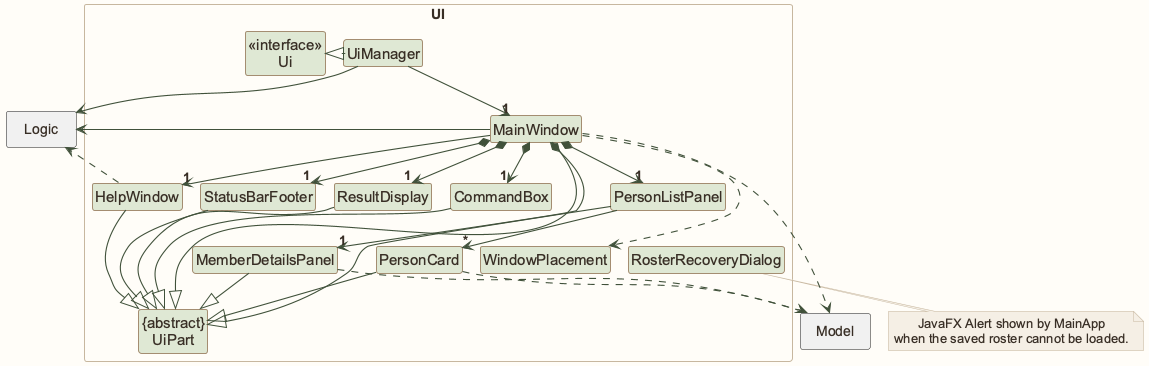
Earlier version of the PlantUML export images/UiClassDiagram.png (AY2627S1-CS2103T-W12-1/tp). The source it was exported from:
```plantuml
@startuml
!pragma layout smetana
!include style.puml
skinparam arrowThickness 1.1
skinparam arrowColor UI_COLOR_T4
skinparam classBackgroundColor UI_COLOR

package UI <<Rectangle>>{
Class "<<interface>>\nUi" as Ui
Class "{abstract}\nUiPart" as UiPart
Class UiManager
Class MainWindow
Class HelpWindow
Class ResultDisplay
Class PersonListPanel
Class MemberDetailsPanel
Class PersonCard
Class StatusBarFooter
Class CommandBox
Class WindowPlacement
Class RosterRecoveryDialog
}

package Model <<Rectangle>> {
}

package Logic <<Rectangle>> {
}


UiManager .left.|> Ui
UiManager -down-> "1" MainWindow
MainWindow *-down->  "1" CommandBox
MainWindow *-down-> "1" ResultDisplay
MainWindow *-down-> "1" PersonListPanel
MainWindow *-down-> "1" MemberDetailsPanel
MainWindow *-down-> "1" StatusBarFooter
MainWindow --> "1" HelpWindow

PersonListPanel -down-> "*" PersonCard

MainWindow -left-|> UiPart

ResultDisplay --|> UiPart
CommandBox --|> UiPart
PersonListPanel --|> UiPart
MemberDetailsPanel --|> UiPart
PersonCard --|> UiPart
StatusBarFooter --|> UiPart
HelpWindow --|> UiPart

PersonCard ..> Model
MemberDetailsPanel ..> Model
MainWindow ..> WindowPlacement
HelpWindow ..> Logic

note bottom of RosterRecoveryDialog
JavaFX Alert shown by MainApp
when the saved roster cannot be loaded.
end note
UiManager -right-> Logic
MainWindow -left-> Logic
MainWindow ..> Model

PersonListPanel -[hidden]left- HelpWindow
HelpWindow -[hidden]left- CommandBox
CommandBox -[hidden]left- ResultDisplay
ResultDisplay -[hidden]left- StatusBarFooter
PersonCard -[hidden]right- WindowPlacement
WindowPlacement -[hidden]right- RosterRecoveryDialog

MainWindow -[hidden]-|> UiPart
@enduml
```
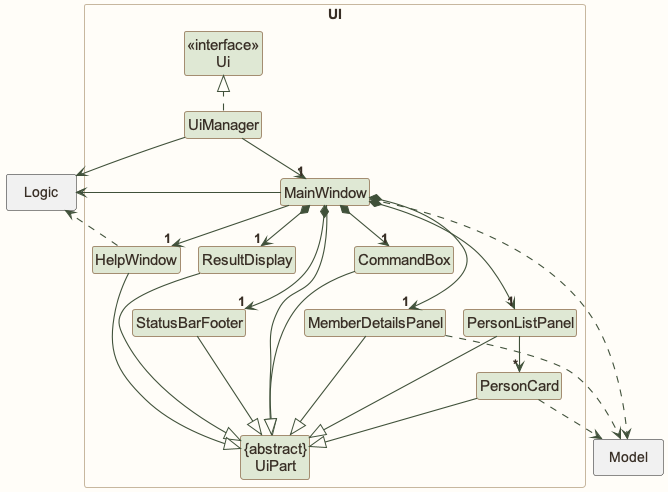
The same file after the commit.

Change to the diagram source:
```diff
@@ -1,6 +1,10 @@
 @startuml
 !pragma layout smetana
 !include style.puml
+skinparam linetype polyline
+skinparam groupInheritance 2
+skinparam nodesep 40
+skinparam ranksep 55
 skinparam arrowThickness 1.1
 skinparam arrowColor UI_COLOR_T4
 skinparam classBackgroundColor UI_COLOR
@@ -17,8 +21,6 @@
 Class PersonCard
 Class StatusBarFooter
 Class CommandBox
-Class WindowPlacement
-Class RosterRecoveryDialog
 }
 
 package Model <<Rectangle>> {
@@ -27,8 +29,7 @@
 package Logic <<Rectangle>> {
 }
 
-
-UiManager .left.|> Ui
+UiManager .up.|> Ui
 UiManager -down-> "1" MainWindow
 MainWindow *-down->  "1" CommandBox
 MainWindow *-down-> "1" ResultDisplay
@@ -39,7 +40,7 @@
 
 PersonListPanel -down-> "*" PersonCard
 
-MainWindow -left-|> UiPart
+MainWindow --|> UiPart
 
 ResultDisplay --|> UiPart
 CommandBox --|> UiPart
@@ -51,23 +52,14 @@
 
 PersonCard ..> Model
 MemberDetailsPanel ..> Model
-MainWindow ..> WindowPlacement
 HelpWindow ..> Logic
-
-note bottom of RosterRecoveryDialog
-JavaFX Alert shown by MainApp
-when the saved roster cannot be loaded.
-end note
 UiManager -right-> Logic
 MainWindow -left-> Logic
 MainWindow ..> Model
 
-PersonListPanel -[hidden]left- HelpWindow
-HelpWindow -[hidden]left- CommandBox
-CommandBox -[hidden]left- ResultDisplay
-ResultDisplay -[hidden]left- StatusBarFooter
-PersonCard -[hidden]right- WindowPlacement
-WindowPlacement -[hidden]right- RosterRecoveryDialog
-
-MainWindow -[hidden]-|> UiPart
+HelpWindow -[hidden]right-> CommandBox
+CommandBox -[hidden]right-> ResultDisplay
+StatusBarFooter -[hidden]right-> MemberDetailsPanel
+MemberDetailsPanel -[hidden]right-> PersonListPanel
+CommandBox -[hidden]down-> MemberDetailsPanel
 @enduml
```
